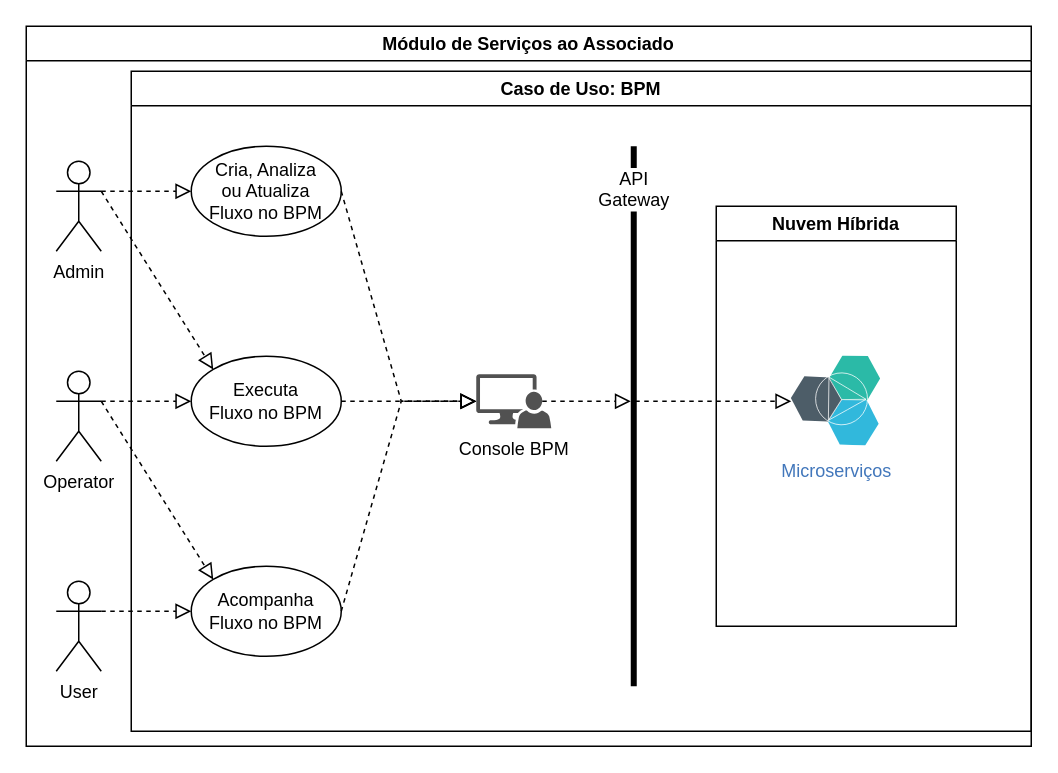
Earlier version of the draw.io diagram page "BPM-Workflow" (1 of 3) of PUC-GISA-M2.drawio (kikoluiss/tcc-puc). Source tidied: cells renumbered, new cells numbered last; positions are measured from the earlier drawing's top-left corner, leaving out a move shared by most shapes. Both pictures are drawn from the tidied source at 150%, with x=0, y=0 at pixel (26, 26).
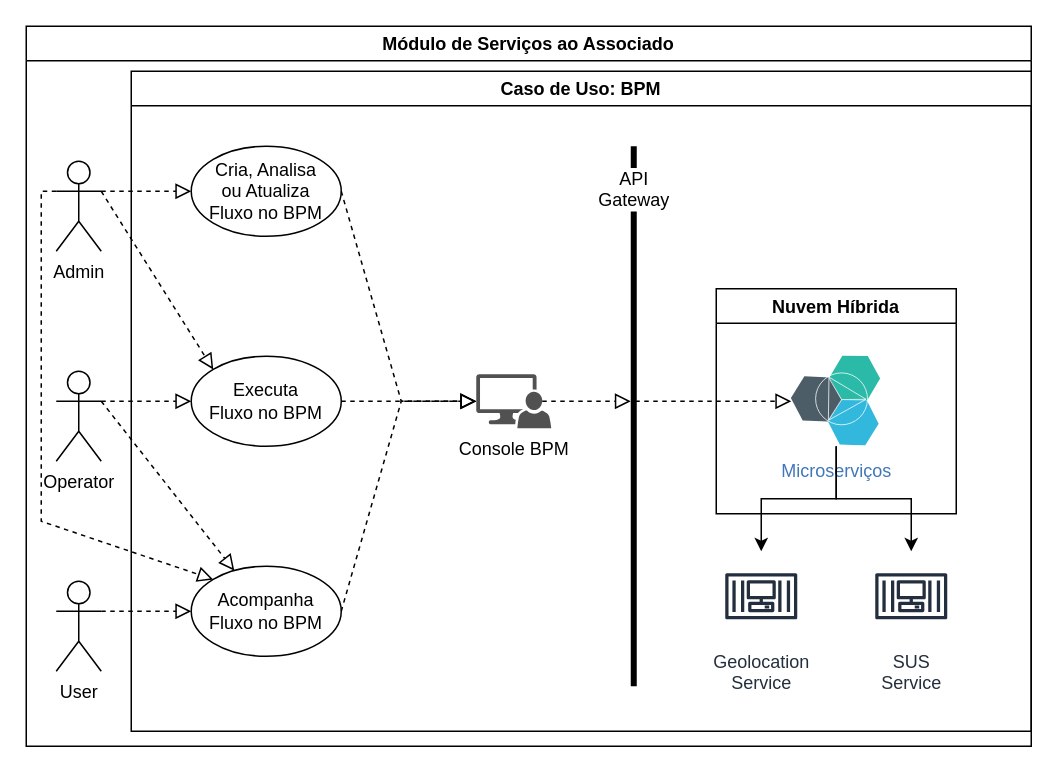
After the change.

Unchanged cells that the change refers to:
```xml
<mxCell id="2" value="Módulo de Serviços ao Associado" style="swimlane;" parent="1" vertex="1">
  <mxGeometry width="670" height="480" as="geometry" />
</mxCell>
<mxCell id="3" value="Admin" style="shape=umlActor;verticalLabelPosition=bottom;verticalAlign=top;html=1;outlineConnect=0;" parent="2" vertex="1">
  <mxGeometry x="20" y="90" width="30" height="60" as="geometry" />
</mxCell>
<mxCell id="4" value="Caso de Uso: BPM" style="swimlane;" parent="2" vertex="1">
  <mxGeometry x="70" y="30" width="600" height="440" as="geometry" />
</mxCell>
<mxCell id="6" value="Executa&lt;br&gt;Fluxo&amp;nbsp;no BPM" style="ellipse;whiteSpace=wrap;html=1;align=center;newEdgeStyle={&quot;edgeStyle&quot;:&quot;entityRelationEdgeStyle&quot;,&quot;startArrow&quot;:&quot;none&quot;,&quot;endArrow&quot;:&quot;none&quot;,&quot;segment&quot;:10,&quot;curved&quot;:1};" parent="4" vertex="1">
  <mxGeometry x="40" y="190" width="100" height="60" as="geometry" />
</mxCell>
<mxCell id="7" value="Acompanha&lt;br&gt;Fluxo no BPM" style="ellipse;whiteSpace=wrap;html=1;align=center;newEdgeStyle={&quot;edgeStyle&quot;:&quot;entityRelationEdgeStyle&quot;,&quot;startArrow&quot;:&quot;none&quot;,&quot;endArrow&quot;:&quot;none&quot;,&quot;segment&quot;:10,&quot;curved&quot;:1};" parent="4" vertex="1">
  <mxGeometry x="40" y="330" width="100" height="60" as="geometry" />
</mxCell>
<mxCell id="18" value="Operator" style="shape=umlActor;verticalLabelPosition=bottom;verticalAlign=top;html=1;outlineConnect=0;" parent="2" vertex="1">
  <mxGeometry x="20" y="230" width="30" height="60" as="geometry" />
</mxCell>
```

The edit, as a diff of the source:
```diff
@@
-    <mxCell id="5" value="Cria, Analiza&lt;br&gt;ou Atualiza&lt;br&gt;Fluxo no BPM" style="ellipse;whiteSpace=wrap;html=1;align=center;newEdgeStyle={&quot;edgeStyle&quot;:&quot;entityRelationEdgeStyle&quot;,&quot;startArrow&quot;:&quot;none&quot;,&quot;endArrow&quot;:&quot;none&quot;,&quot;segment&quot;:10,&quot;curved&quot;:1};" parent="4" vertex="1">
+    <mxCell id="5" value="Cria, Analisa&lt;br&gt;ou Atualiza&lt;br&gt;Fluxo no BPM" style="ellipse;whiteSpace=wrap;html=1;align=center;newEdgeStyle={&quot;edgeStyle&quot;:&quot;entityRelationEdgeStyle&quot;,&quot;startArrow&quot;:&quot;none&quot;,&quot;endArrow&quot;:&quot;none&quot;,&quot;segment&quot;:10,&quot;curved&quot;:1};" parent="4" vertex="1">
       <mxGeometry x="40" y="50" width="100" height="60" as="geometry" />
     </mxCell>
@@
     <mxCell id="10" value="Nuvem Híbrida" style="swimlane;" parent="4" vertex="1">
-      <mxGeometry x="390" y="90" width="160" height="280" as="geometry" />
+      <mxGeometry x="390" y="145" width="160" height="150" as="geometry" />
     </mxCell>
     <mxCell id="11" value="Microserviços" style="perimeter=ellipsePerimeter;html=1;align=center;shadow=0;dashed=0;fontColor=#4277BB;labelBackgroundColor=#ffffff;fontSize=12;spacingTop=3;image;image=img/lib/ibm/miscellaneous/microservices_application.svg;" parent="10" vertex="1">
-      <mxGeometry x="50" y="100" width="60" height="60" as="geometry" />
+      <mxGeometry x="50" y="45" width="60" height="60" as="geometry" />
     </mxCell>
@@
+    <mxCell id="24" value="Geolocation&lt;br&gt;Service" style="sketch=0;outlineConnect=0;fontColor=#232F3E;gradientColor=none;strokeColor=#232F3E;fillColor=#ffffff;dashed=0;verticalLabelPosition=bottom;verticalAlign=top;align=center;html=1;fontSize=12;fontStyle=0;shape=mxgraph.aws4.resourceIcon;resIcon=mxgraph.aws4.container_3;" parent="4" vertex="1">
+      <mxGeometry x="390" y="320" width="60" height="60" as="geometry" />
+    </mxCell>
+    <mxCell id="25" value="SUS&lt;br&gt;Service" style="sketch=0;outlineConnect=0;fontColor=#232F3E;gradientColor=none;strokeColor=#232F3E;fillColor=#ffffff;dashed=0;verticalLabelPosition=bottom;verticalAlign=top;align=center;html=1;fontSize=12;fontStyle=0;shape=mxgraph.aws4.resourceIcon;resIcon=mxgraph.aws4.container_3;" parent="4" vertex="1">
+      <mxGeometry x="490" y="320" width="60" height="60" as="geometry" />
+    </mxCell>
+    <mxCell id="26" style="edgeStyle=orthogonalEdgeStyle;rounded=0;jettySize=auto;html=1;exitX=0.5;exitY=1;exitDx=0;exitDy=0;" parent="4" edge="1" source="11" target="25">
+      <mxGeometry relative="1" as="geometry" />
+    </mxCell>
+    <mxCell id="27" style="edgeStyle=orthogonalEdgeStyle;rounded=0;jettySize=auto;html=1;exitX=0.5;exitY=1;exitDx=0;exitDy=0;" parent="4" edge="1" source="11" target="24">
+      <mxGeometry relative="1" as="geometry" />
+    </mxCell>
@@
-    <mxCell id="22" style="endArrow=block;startArrow=none;endFill=0;startFill=0;endSize=8;html=1;verticalAlign=bottom;dashed=1;labelBackgroundColor=none;rounded=0;entryX=0;entryY=0;entryDx=0;entryDy=0;exitX=1;exitY=0.3333333333333333;exitDx=0;exitDy=0;exitPerimeter=0;" parent="2" edge="1" source="18" target="7">
+    <mxCell id="22" style="endArrow=block;startArrow=none;endFill=0;startFill=0;endSize=8;html=1;verticalAlign=bottom;dashed=1;labelBackgroundColor=none;rounded=0;exitX=1;exitY=0.3333333333333333;exitDx=0;exitDy=0;exitPerimeter=0;" parent="2" edge="1" source="18" target="7">
       <mxGeometry relative="1" as="geometry" />
     </mxCell>
-    <mxCell id="23" style="endArrow=block;startArrow=none;endFill=0;startFill=0;endSize=8;html=1;verticalAlign=bottom;dashed=1;labelBackgroundColor=none;rounded=0;entryX=0;entryY=0;entryDx=0;entryDy=0;exitX=1;exitY=0.3333333333333333;exitDx=0;exitDy=0;exitPerimeter=0;" parent="2" edge="1" source="3" target="6">
-      <mxGeometry relative="1" as="geometry" />
+    <mxCell id="23" style="endArrow=block;startArrow=none;endFill=0;startFill=0;endSize=8;html=1;verticalAlign=bottom;dashed=1;labelBackgroundColor=none;rounded=0;entryX=0;entryY=0;entryDx=0;entryDy=0;exitX=0;exitY=0.3333333333333333;exitDx=0;exitDy=0;exitPerimeter=0;" parent="2" edge="1" source="3" target="7">
+      <mxGeometry relative="1" as="geometry">
+        <Array as="points">
+          <mxPoint x="10" y="110" />
+          <mxPoint x="10" y="330" />
+        </Array>
+      </mxGeometry>
     </mxCell>
+    <mxCell id="28" style="endArrow=block;startArrow=none;endFill=0;startFill=0;endSize=8;html=1;verticalAlign=bottom;dashed=1;labelBackgroundColor=none;rounded=0;entryX=0;entryY=0;entryDx=0;entryDy=0;exitX=1;exitY=0.3333333333333333;exitDx=0;exitDy=0;exitPerimeter=0;" parent="2" edge="1" source="3" target="6">
+      <mxGeometry relative="1" as="geometry" />
+    </mxCell>
```
